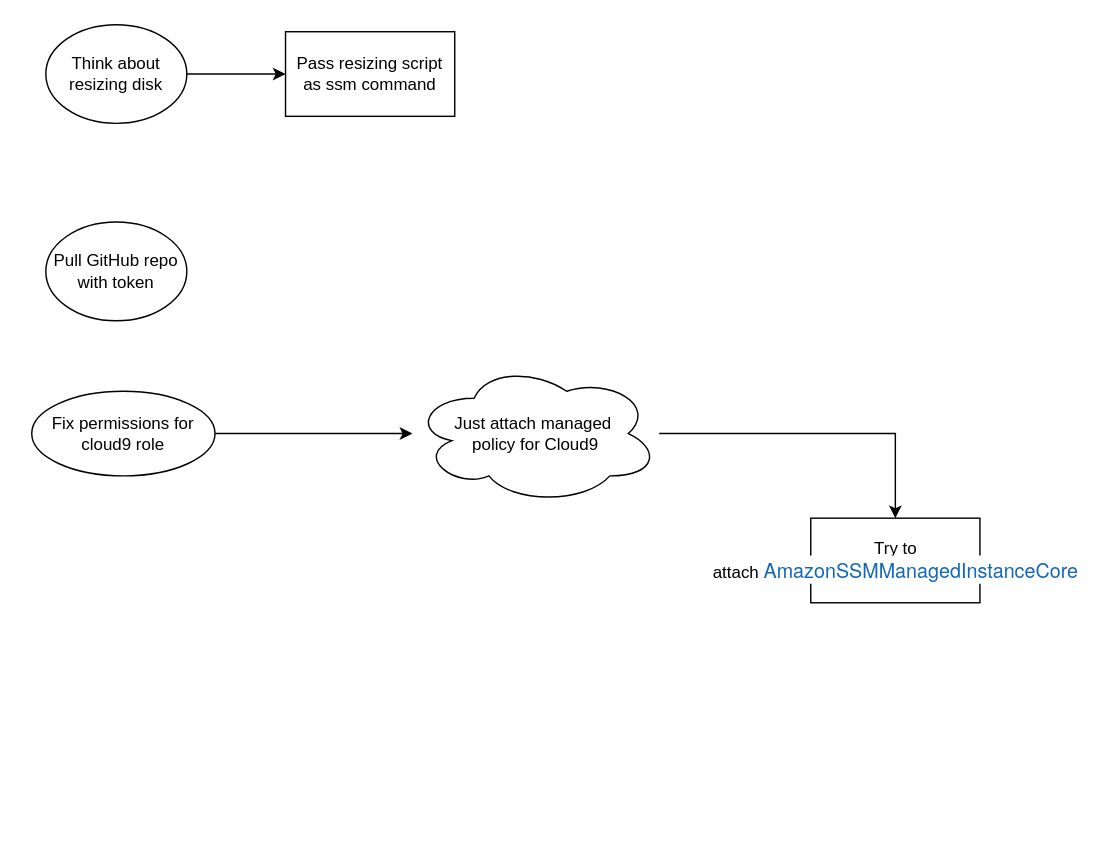
The draw.io diagram page "Page-2" (2 of 2) of Cloud9 Automation.drawio in ehazan/drawioconfig, before the edit. Source tidied: cells renumbered, new cells numbered last; positions are measured from the earlier drawing's top-left corner, leaving out a move shared by most shapes. Both pictures are drawn from the tidied source at 141%, with x=0, y=0 at pixel (31, 24).
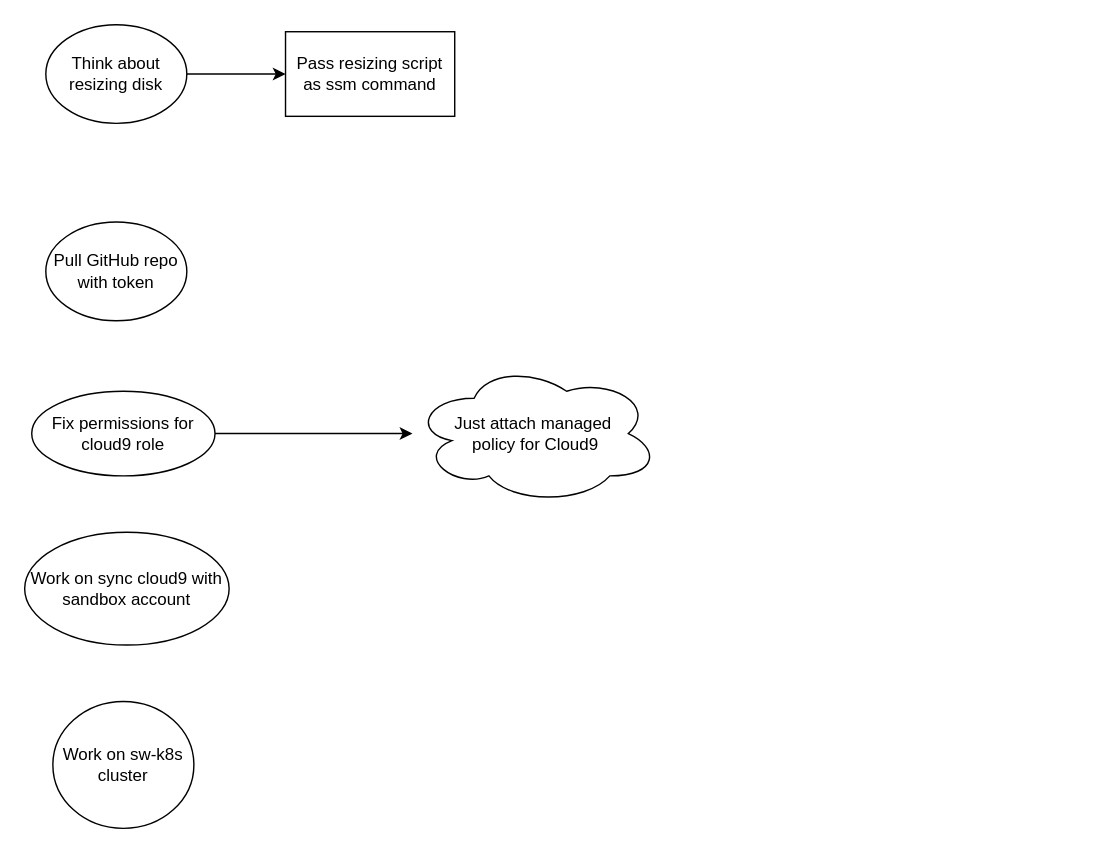
Above is the later version.

The edit, as a diff of the source:
```diff
@@
 <mxGraphModel>
   <root>
     <mxCell id="0" />
     <mxCell id="1" parent="0" />
     <mxCell id="2" style="edgeStyle=orthogonalEdgeStyle;rounded=0;jettySize=auto;html=1;" parent="1" edge="1" source="3" target="5">
       <mxGeometry relative="1" as="geometry" />
     </mxCell>
     <mxCell id="3" value="Think about resizing disk" style="ellipse;whiteSpace=wrap;html=1;align=center;newEdgeStyle={&quot;edgeStyle&quot;:&quot;entityRelationEdgeStyle&quot;,&quot;startArrow&quot;:&quot;none&quot;,&quot;endArrow&quot;:&quot;none&quot;,&quot;segment&quot;:10,&quot;curved&quot;:1};" parent="1" vertex="1">
       <mxGeometry x="10" width="100" height="70" as="geometry" />
     </mxCell>
     <mxCell id="4" value="Pull GitHub repo with token" style="ellipse;whiteSpace=wrap;html=1;align=center;newEdgeStyle={&quot;edgeStyle&quot;:&quot;entityRelationEdgeStyle&quot;,&quot;startArrow&quot;:&quot;none&quot;,&quot;endArrow&quot;:&quot;none&quot;,&quot;segment&quot;:10,&quot;curved&quot;:1};" parent="1" vertex="1">
       <mxGeometry x="10" y="140" width="100" height="70" as="geometry" />
     </mxCell>
     <mxCell id="5" value="Pass resizing script as ssm command" style="whiteSpace=wrap;html=1;" parent="1" vertex="1">
       <mxGeometry x="180" y="5" width="120" height="60" as="geometry" />
     </mxCell>
     <mxCell id="6" style="edgeStyle=orthogonalEdgeStyle;rounded=0;jettySize=auto;html=1;" parent="1" edge="1" source="7" target="9">
       <mxGeometry relative="1" as="geometry" />
     </mxCell>
     <mxCell id="7" value="Fix permissions for cloud9 role" style="ellipse;whiteSpace=wrap;html=1;align=center;newEdgeStyle={&quot;edgeStyle&quot;:&quot;entityRelationEdgeStyle&quot;,&quot;startArrow&quot;:&quot;none&quot;,&quot;endArrow&quot;:&quot;none&quot;,&quot;segment&quot;:10,&quot;curved&quot;:1};" parent="1" vertex="1">
       <mxGeometry y="260" width="130" height="60" as="geometry" />
     </mxCell>
-    <mxCell id="8" style="edgeStyle=orthogonalEdgeStyle;rounded=0;jettySize=auto;html=1;" parent="1" edge="1" source="9" target="10">
-      <mxGeometry relative="1" as="geometry" />
-    </mxCell>
     <mxCell id="9" value="Just attach managed&amp;nbsp;&lt;br&gt;policy for Cloud9&lt;br&gt;" style="ellipse;shape=cloud;whiteSpace=wrap;html=1;" parent="1" vertex="1">
       <mxGeometry x="270" y="240" width="175" height="100" as="geometry" />
     </mxCell>
-    <mxCell id="10" value="Try to attach&amp;nbsp;&lt;a style=&quot;background-color: rgb(255, 255, 255); color: var(--awsui-color-text-link-default,#16b); text-decoration-line: none; font-family: &amp;quot;Helvetica Neue&amp;quot;, Roboto, Arial, sans-serif; font-size: 14px; text-align: left;&quot; rel=&quot;noopener noreferrer&quot; target=&quot;_self&quot; href=&quot;https://us-east-1.console.aws.amazon.com/iam/home#/policies/arn:aws:iam::aws:policy/AmazonSSMManagedInstanceCore&quot; class=&quot;iam-v1-link&quot;&gt;&lt;span class=&quot;iam-v1-link__text&quot;&gt;AmazonSSMManagedInstanceCore&lt;/span&gt;&lt;/a&gt;" style="whiteSpace=wrap;html=1;" parent="1" vertex="1">
-      <mxGeometry x="552.5" y="350" width="120" height="60" as="geometry" />
-    </mxCell>
+    <mxCell id="11" value="Work on sw-k8s cluster&lt;br&gt;" style="ellipse;whiteSpace=wrap;html=1;align=center;newEdgeStyle={&quot;edgeStyle&quot;:&quot;entityRelationEdgeStyle&quot;,&quot;startArrow&quot;:&quot;none&quot;,&quot;endArrow&quot;:&quot;none&quot;,&quot;segment&quot;:10,&quot;curved&quot;:1};" parent="1" vertex="1">
+      <mxGeometry x="15" y="480" width="100" height="90" as="geometry" />
+    </mxCell>
+    <mxCell id="12" value="Work on sync cloud9 with sandbox account" style="ellipse;whiteSpace=wrap;html=1;align=center;newEdgeStyle={&quot;edgeStyle&quot;:&quot;entityRelationEdgeStyle&quot;,&quot;startArrow&quot;:&quot;none&quot;,&quot;endArrow&quot;:&quot;none&quot;,&quot;segment&quot;:10,&quot;curved&quot;:1};" parent="1" vertex="1">
+      <mxGeometry x="-5" y="360" width="145" height="80" as="geometry" />
+    </mxCell>
   </root>
 </mxGraphModel>
```
